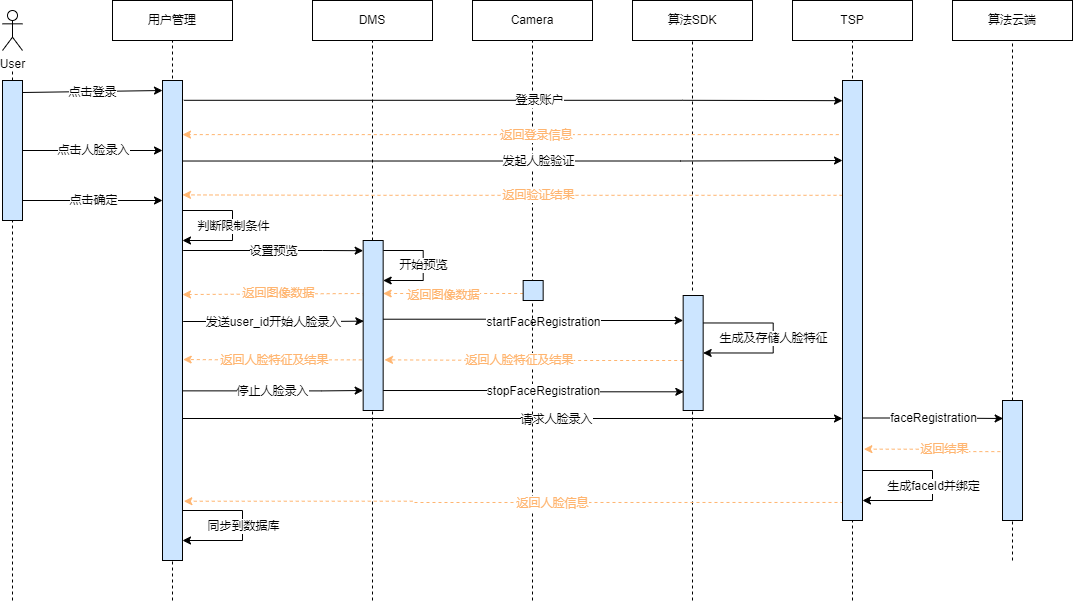
Earlier version of the draw.io export x9hp/人脸重置时序图.png (notigit/Image). Source tidied: cells renumbered, new cells last; positions are measured from the earlier drawing's top-left corner, leaving out a move shared by most shapes.
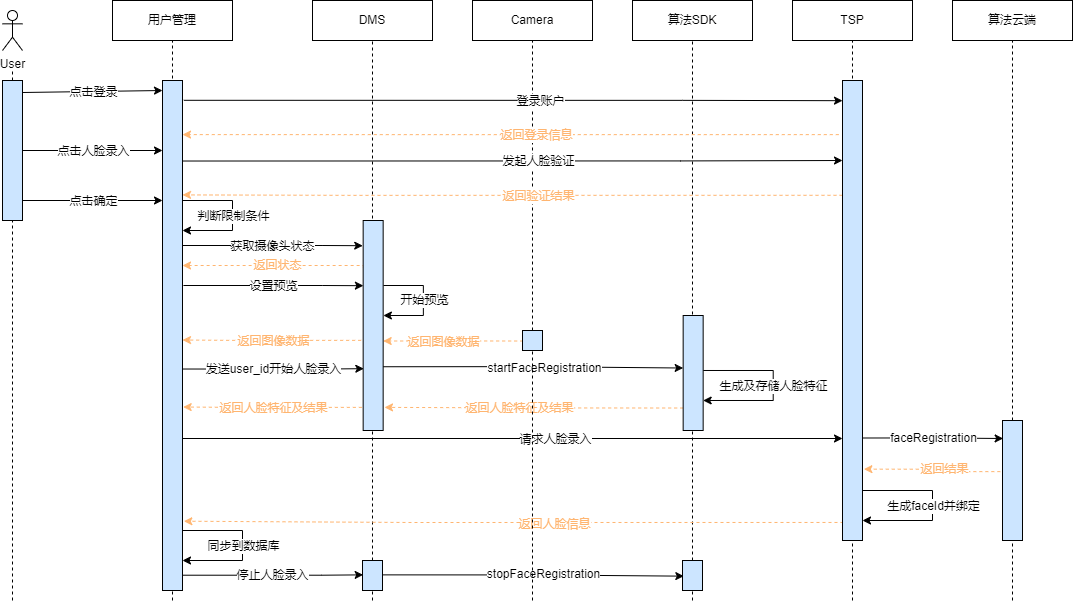
After the commit.

Commit message:
人脸删除和重置

Diff of the diagram source:
```diff
@@ -26,7 +26,7 @@
       <mxGeometry relative="1" as="geometry">
-        <mxPoint x="180.7" y="321" as="sourcePoint" />
-        <mxPoint x="361.3" y="320.6" as="targetPoint" />
+        <mxPoint x="180.7" y="368.5" as="sourcePoint" />
+        <mxPoint x="361.3" y="368.2" as="targetPoint" />
         <Array as="points">
-          <mxPoint x="320" y="321" />
-          <mxPoint x="320" y="321" />
+          <mxPoint x="320" y="368.5" />
+          <mxPoint x="320" y="368.5" />
         </Array>
@@ -41,4 +41,4 @@
       <mxGeometry relative="1" as="geometry">
-        <mxPoint x="180" y="418" as="sourcePoint" />
-        <mxPoint x="840" y="418" as="targetPoint" />
+        <mxPoint x="180" y="438" as="sourcePoint" />
+        <mxPoint x="840" y="438" as="targetPoint" />
       </mxGeometry>
@@ -57,3 +57,3 @@
       <mxGeometry relative="1" as="geometry">
-        <mxPoint x="860" y="417.5" as="sourcePoint" />
+        <mxPoint x="860" y="437.5" as="sourcePoint" />
       </mxGeometry>
@@ -68,28 +68,12 @@
     </mxCell>
-    <mxCell id="15" style="endArrow=none;dashed=1;html=1;rounded=0;startArrow=none;entryX=0.5;entryY=1;entryDx=0;entryDy=0;" parent="1" edge="1" target="14">
-      <mxGeometry relative="1" as="geometry">
-        <mxPoint x="370" y="600" as="sourcePoint" />
-      </mxGeometry>
+    <mxCell id="15" style="endArrow=none;dashed=1;html=1;rounded=0;startArrow=none;entryX=0.5;entryY=1;entryDx=0;entryDy=0;" parent="1" edge="1" source="89" target="14">
+      <mxGeometry relative="1" as="geometry" />
     </mxCell>
-    <mxCell id="16" style="edgeStyle=orthogonalEdgeStyle;rounded=0;orthogonalLoop=1;jettySize=auto;html=1;exitX=0.01;exitY=0.408;exitDx=0;exitDy=0;dashed=1;fontColor=#FFB570;strokeColor=#FFB570;exitPerimeter=0;entryX=0.967;entryY=0.441;entryDx=0;entryDy=0;entryPerimeter=0;" parent="1" edge="1">
-      <mxGeometry relative="1" as="geometry">
-        <mxPoint x="360.9" y="295.3" as="sourcePoint" />
-        <mxPoint x="180" y="294" as="targetPoint" />
-        <Array as="points">
-          <mxPoint x="360.7" y="293" />
-        </Array>
-      </mxGeometry>
-    </mxCell>
-    <mxCell id="17" value="返回图像数据" style="edgeLabel;html=1;align=center;verticalAlign=middle;fontColor=#FFB570;" parent="16" vertex="1">
-      <mxGeometry x="-0.06" y="-1" relative="1" as="geometry">
-        <mxPoint x="-2" as="offset" />
-      </mxGeometry>
-    </mxCell>
     <mxCell id="18" style="edgeStyle=orthogonalEdgeStyle;rounded=0;orthogonalLoop=1;jettySize=auto;html=1;exitX=0.967;exitY=0.617;exitDx=0;exitDy=0;fontColor=#FFB570;strokeColor=#000000;entryX=0;entryY=0.25;entryDx=0;entryDy=0;exitPerimeter=0;" parent="1" edge="1">
       <mxGeometry relative="1" as="geometry">
-        <mxPoint x="380" y="318.7" as="sourcePoint" />
-        <mxPoint x="680.7" y="320" as="targetPoint" />
+        <mxPoint x="380" y="366.2" as="sourcePoint" />
+        <mxPoint x="680.7" y="367.5" as="targetPoint" />
         <Array as="points">
-          <mxPoint x="530" y="319" />
-          <mxPoint x="530" y="320" />
+          <mxPoint x="530" y="366.5" />
+          <mxPoint x="530" y="367.5" />
         </Array>
@@ -108,6 +92,4 @@
     </mxCell>
-    <mxCell id="22" style="endArrow=none;dashed=1;html=1;rounded=0;startArrow=none;entryX=0.5;entryY=1;entryDx=0;entryDy=0;" parent="1" edge="1" target="21">
-      <mxGeometry relative="1" as="geometry">
-        <mxPoint x="530" y="600" as="sourcePoint" />
-      </mxGeometry>
+    <mxCell id="22" style="endArrow=none;dashed=1;html=1;rounded=0;startArrow=none;entryX=0.5;entryY=1;entryDx=0;entryDy=0;" parent="1" edge="1" source="25" target="21">
+      <mxGeometry relative="1" as="geometry" />
     </mxCell>
@@ -115,7 +97,7 @@
       <mxGeometry relative="1" as="geometry">
-        <mxPoint x="520.7" y="293" as="sourcePoint" />
-        <mxPoint x="380.7" y="293" as="targetPoint" />
+        <mxPoint x="520.7" y="340.5" as="sourcePoint" />
+        <mxPoint x="380.7" y="340.5" as="targetPoint" />
         <Array as="points">
-          <mxPoint x="440.7" y="293" />
-          <mxPoint x="440.7" y="293" />
+          <mxPoint x="440.7" y="340.5" />
+          <mxPoint x="440.7" y="340.5" />
         </Array>
@@ -126,12 +108,9 @@
     </mxCell>
-    <mxCell id="25" style="rounded=0;whiteSpace=wrap;html=1;fillColor=#CCE5FF;" parent="1" vertex="1">
-      <mxGeometry x="520.7" y="280" width="20" height="20" as="geometry" />
-    </mxCell>
     <mxCell id="26" style="endArrow=classic;html=1;rounded=0;fontSize=11;edgeStyle=orthogonalEdgeStyle;" parent="1" edge="1">
       <mxGeometry relative="1" as="geometry">
-        <mxPoint x="380.7" y="250" as="sourcePoint" />
-        <mxPoint x="380.7" y="280" as="targetPoint" />
+        <mxPoint x="380.9" y="285" as="sourcePoint" />
+        <mxPoint x="380.9" y="315" as="targetPoint" />
         <Array as="points">
-          <mxPoint x="420.7" y="250" />
-          <mxPoint x="420.7" y="280" />
+          <mxPoint x="420.9" y="285" />
+          <mxPoint x="420.9" y="315" />
         </Array>
@@ -145,6 +124,4 @@
     </mxCell>
-    <mxCell id="29" style="endArrow=none;dashed=1;html=1;rounded=0;startArrow=none;entryX=0.5;entryY=1;entryDx=0;entryDy=0;" parent="1" edge="1" target="28">
-      <mxGeometry relative="1" as="geometry">
-        <mxPoint x="690" y="290" as="sourcePoint" />
-      </mxGeometry>
+    <mxCell id="29" style="endArrow=none;dashed=1;html=1;rounded=0;startArrow=none;entryX=0.5;entryY=1;entryDx=0;entryDy=0;" parent="1" edge="1" source="87" target="28">
+      <mxGeometry relative="1" as="geometry" />
     </mxCell>
@@ -153,6 +130,4 @@
     </mxCell>
-    <mxCell id="31" style="endArrow=none;dashed=1;html=1;rounded=0;startArrow=none;entryX=0.5;entryY=1;entryDx=0;entryDy=0;" parent="1" edge="1" target="30">
-      <mxGeometry relative="1" as="geometry">
-        <mxPoint x="1010" y="400" as="sourcePoint" />
-      </mxGeometry>
+    <mxCell id="31" style="endArrow=none;dashed=1;html=1;rounded=0;startArrow=none;entryX=0.5;entryY=1;entryDx=0;entryDy=0;exitX=0.5;exitY=0;exitDx=0;exitDy=0;" parent="1" edge="1" source="37" target="30">
+      <mxGeometry relative="1" as="geometry" />
     </mxCell>
@@ -160,7 +135,7 @@
       <mxGeometry relative="1" as="geometry">
-        <mxPoint x="680.7" y="360" as="sourcePoint" />
-        <mxPoint x="382" y="359.4" as="targetPoint" />
+        <mxPoint x="680.7" y="407.5" as="sourcePoint" />
+        <mxPoint x="382" y="406.9" as="targetPoint" />
         <Array as="points">
-          <mxPoint x="531" y="360" />
-          <mxPoint x="531" y="359" />
+          <mxPoint x="531" y="407.5" />
+          <mxPoint x="531" y="406.5" />
         </Array>
@@ -171,15 +146,9 @@
     </mxCell>
-    <mxCell id="34" style="endArrow=none;dashed=1;html=1;rounded=0;startArrow=none;entryX=0.5;entryY=1;entryDx=0;entryDy=0;" parent="1" edge="1">
-      <mxGeometry relative="1" as="geometry">
-        <mxPoint x="690" y="600" as="sourcePoint" />
-        <mxPoint x="690" y="400" as="targetPoint" />
-      </mxGeometry>
-    </mxCell>
     <mxCell id="35" style="edgeStyle=orthogonalEdgeStyle;rounded=0;orthogonalLoop=1;jettySize=auto;html=1;exitX=-0.067;exitY=0.871;exitDx=0;exitDy=0;fontColor=#000000;strokeColor=#FFB570;dashed=1;exitPerimeter=0;" parent="1" edge="1">
       <mxGeometry relative="1" as="geometry">
-        <mxPoint x="359.3" y="359.4" as="sourcePoint" />
-        <mxPoint x="180.7" y="359" as="targetPoint" />
+        <mxPoint x="359.3" y="406.9" as="sourcePoint" />
+        <mxPoint x="180.7" y="406.5" as="targetPoint" />
         <Array as="points">
-          <mxPoint x="230" y="359" />
-          <mxPoint x="230" y="359" />
+          <mxPoint x="230" y="406.5" />
+          <mxPoint x="230" y="406.5" />
         </Array>
@@ -193,3 +162,3 @@
     <mxCell id="37" style="rounded=0;whiteSpace=wrap;html=1;fillColor=#CCE5FF;" parent="1" vertex="1">
-      <mxGeometry x="1000" y="400" width="20" height="120" as="geometry" />
+      <mxGeometry x="1000" y="420" width="20" height="120" as="geometry" />
     </mxCell>
@@ -197,3 +166,3 @@
       <mxGeometry relative="1" as="geometry">
-        <mxPoint x="1010" y="560" as="sourcePoint" />
+        <mxPoint x="1010" y="600" as="sourcePoint" />
       </mxGeometry>
@@ -202,3 +171,3 @@
       <mxGeometry relative="1" as="geometry">
-        <mxPoint x="861.4" y="448.7" as="targetPoint" />
+        <mxPoint x="861.4" y="468.7" as="targetPoint" />
       </mxGeometry>
@@ -212,7 +181,7 @@
       <mxGeometry relative="1" as="geometry">
-        <mxPoint x="841" y="502" as="sourcePoint" />
-        <mxPoint x="181.3" y="500.7" as="targetPoint" />
+        <mxPoint x="841" y="522" as="sourcePoint" />
+        <mxPoint x="181.3" y="520.7" as="targetPoint" />
         <Array as="points">
-          <mxPoint x="410" y="502" />
-          <mxPoint x="410" y="501" />
+          <mxPoint x="410" y="522" />
+          <mxPoint x="410" y="521" />
         </Array>
@@ -227,7 +196,7 @@
       <mxGeometry relative="1" as="geometry">
-        <mxPoint x="180.7" y="250" as="sourcePoint" />
-        <mxPoint x="360.7" y="250.2" as="targetPoint" />
+        <mxPoint x="180.9" y="285" as="sourcePoint" />
+        <mxPoint x="360.9" y="285.2" as="targetPoint" />
         <Array as="points">
-          <mxPoint x="320" y="250.2" />
-          <mxPoint x="320" y="250.2" />
+          <mxPoint x="320.2" y="285.2" />
+          <mxPoint x="320.2" y="285.2" />
         </Array>
@@ -307,7 +276,7 @@
       <mxGeometry relative="1" as="geometry">
-        <mxPoint x="700.7" y="322.5" as="sourcePoint" />
-        <mxPoint x="700.7" y="352.5" as="targetPoint" />
+        <mxPoint x="700.7" y="370" as="sourcePoint" />
+        <mxPoint x="700.7" y="400" as="targetPoint" />
         <Array as="points">
-          <mxPoint x="770.7" y="323" />
-          <mxPoint x="770.7" y="353" />
+          <mxPoint x="770.7" y="370.5" />
+          <mxPoint x="770.7" y="400.5" />
         </Array>
@@ -320,7 +289,7 @@
       <mxGeometry relative="1" as="geometry">
-        <mxPoint x="860" y="470" as="sourcePoint" />
-        <mxPoint x="860" y="500" as="targetPoint" />
+        <mxPoint x="860" y="490" as="sourcePoint" />
+        <mxPoint x="860" y="520" as="targetPoint" />
         <Array as="points">
-          <mxPoint x="930" y="470.5" />
-          <mxPoint x="930" y="500.5" />
+          <mxPoint x="930" y="490.5" />
+          <mxPoint x="930" y="520.5" />
         </Array>
@@ -333,7 +302,7 @@
       <mxGeometry relative="1" as="geometry">
-        <mxPoint x="180" y="510" as="sourcePoint" />
-        <mxPoint x="180" y="540" as="targetPoint" />
+        <mxPoint x="180" y="530" as="sourcePoint" />
+        <mxPoint x="180" y="560" as="targetPoint" />
         <Array as="points">
-          <mxPoint x="240" y="510" />
-          <mxPoint x="240" y="540" />
+          <mxPoint x="240" y="530" />
+          <mxPoint x="240" y="560" />
         </Array>
@@ -397,7 +366,7 @@
       <mxGeometry relative="1" as="geometry">
-        <mxPoint x="180" y="210" as="sourcePoint" />
-        <mxPoint x="180" y="240" as="targetPoint" />
+        <mxPoint x="180" y="200" as="sourcePoint" />
+        <mxPoint x="180" y="230" as="targetPoint" />
         <Array as="points">
-          <mxPoint x="230" y="210" />
-          <mxPoint x="230" y="240" />
+          <mxPoint x="230" y="200" />
+          <mxPoint x="230" y="230" />
         </Array>
@@ -408,7 +377,4 @@
     </mxCell>
-    <mxCell id="72" style="rounded=0;whiteSpace=wrap;html=1;fillColor=#CCE5FF;" parent="1" vertex="1">
-      <mxGeometry x="360.7" y="240" width="20" height="170" as="geometry" />
-    </mxCell>
     <mxCell id="73" style="rounded=0;whiteSpace=wrap;html=1;fillColor=#CCE5FF;" parent="1" vertex="1">
-      <mxGeometry x="680.7" y="295" width="20" height="115" as="geometry" />
+      <mxGeometry x="680.7" y="315" width="20" height="115" as="geometry" />
     </mxCell>
@@ -416,7 +382,7 @@
       <mxGeometry relative="1" as="geometry">
-        <mxPoint x="180" y="390.4" as="sourcePoint" />
-        <mxPoint x="360.7" y="390" as="targetPoint" />
+        <mxPoint x="180" y="574.7" as="sourcePoint" />
+        <mxPoint x="360.7" y="574.4" as="targetPoint" />
         <Array as="points">
-          <mxPoint x="319.3" y="390.4" />
-          <mxPoint x="319.3" y="390.4" />
+          <mxPoint x="319.3" y="574.7" />
+          <mxPoint x="319.3" y="574.7" />
         </Array>
@@ -431,6 +397,6 @@
       <mxGeometry relative="1" as="geometry">
-        <mxPoint x="380.7" y="390" as="sourcePoint" />
-        <mxPoint x="681.3" y="391.3" as="targetPoint" />
+        <mxPoint x="380.7" y="574.4" as="sourcePoint" />
+        <mxPoint x="681.3" y="575.6" as="targetPoint" />
         <Array as="points">
-          <mxPoint x="531" y="391" />
+          <mxPoint x="531" y="575.4" />
         </Array>
@@ -443,8 +409,79 @@
     </mxCell>
-    <mxCell id="78" style="rounded=0;whiteSpace=wrap;html=1;fillColor=#CCE5FF;" parent="1" vertex="1">
-      <mxGeometry x="160" y="80" width="20" height="480" as="geometry" />
-    </mxCell>
-    <mxCell id="79" style="rounded=0;whiteSpace=wrap;html=1;fillColor=#CCE5FF;" parent="1" vertex="1">
-      <mxGeometry x="840" y="80" width="20" height="440" as="geometry" />
-    </mxCell>
+    <mxCell id="80" style="edgeStyle=orthogonalEdgeStyle;rounded=0;orthogonalLoop=1;jettySize=auto;html=1;fontColor=#FFB570;strokeColor=#000000;exitX=1;exitY=0.32;exitDx=0;exitDy=0;exitPerimeter=0;" parent="1" edge="1">
+      <mxGeometry relative="1" as="geometry">
+        <mxPoint x="180.2" y="245" as="sourcePoint" />
+        <mxPoint x="360.2" y="245.2" as="targetPoint" />
+        <Array as="points">
+          <mxPoint x="319.6" y="245.2" />
+          <mxPoint x="319.6" y="245.2" />
+        </Array>
+      </mxGeometry>
+    </mxCell>
+    <mxCell id="81" value="获取摄像头状态" style="edgeLabel;html=1;align=center;verticalAlign=middle;fontColor=#000000;" parent="80" vertex="1">
+      <mxGeometry x="-0.09" relative="1" as="geometry">
+        <mxPoint x="8" as="offset" />
+      </mxGeometry>
+    </mxCell>
+    <mxCell id="82" style="edgeStyle=orthogonalEdgeStyle;rounded=0;orthogonalLoop=1;jettySize=auto;html=1;exitX=0.01;exitY=0.408;exitDx=0;exitDy=0;dashed=1;fontColor=#FFB570;strokeColor=#FFB570;exitPerimeter=0;entryX=0.967;entryY=0.441;entryDx=0;entryDy=0;entryPerimeter=0;" parent="1" edge="1">
+      <mxGeometry relative="1" as="geometry">
+        <mxPoint x="360.9" y="267.3" as="sourcePoint" />
+        <mxPoint x="180" y="266" as="targetPoint" />
+        <Array as="points">
+          <mxPoint x="360.7" y="265" />
+        </Array>
+      </mxGeometry>
+    </mxCell>
+    <mxCell id="83" value="返回状态" style="edgeLabel;html=1;align=center;verticalAlign=middle;fontColor=#FFB570;" parent="82" vertex="1">
+      <mxGeometry x="-0.06" y="-1" relative="1" as="geometry">
+        <mxPoint x="-2" as="offset" />
+      </mxGeometry>
+    </mxCell>
+    <mxCell id="84" style="rounded=0;whiteSpace=wrap;html=1;fillColor=#CCE5FF;" parent="1" vertex="1">
+      <mxGeometry x="360.7" y="220" width="20" height="210" as="geometry" />
+    </mxCell>
+    <mxCell id="85" style="rounded=0;whiteSpace=wrap;html=1;fillColor=#CCE5FF;" parent="1" vertex="1">
+      <mxGeometry x="160" y="80" width="20" height="510" as="geometry" />
+    </mxCell>
+    <mxCell id="86" style="rounded=0;whiteSpace=wrap;html=1;fillColor=#CCE5FF;" parent="1" vertex="1">
+      <mxGeometry x="840" y="80" width="20" height="460" as="geometry" />
+    </mxCell>
+    <mxCell id="87" style="rounded=0;whiteSpace=wrap;html=1;fillColor=#CCE5FF;" parent="1" vertex="1">
+      <mxGeometry x="680" y="560" width="20" height="30" as="geometry" />
+    </mxCell>
+    <mxCell id="88" style="endArrow=none;dashed=1;html=1;rounded=0;startArrow=none;entryX=0.5;entryY=1;entryDx=0;entryDy=0;" parent="1" edge="1" target="87">
+      <mxGeometry relative="1" as="geometry">
+        <mxPoint x="690" y="600" as="sourcePoint" />
+      </mxGeometry>
+    </mxCell>
+    <mxCell id="89" style="rounded=0;whiteSpace=wrap;html=1;fillColor=#CCE5FF;" parent="1" vertex="1">
+      <mxGeometry x="360" y="560" width="20" height="30" as="geometry" />
+    </mxCell>
+    <mxCell id="90" style="endArrow=none;dashed=1;html=1;rounded=0;startArrow=none;entryX=0.5;entryY=1;entryDx=0;entryDy=0;" parent="1" edge="1" target="89">
+      <mxGeometry relative="1" as="geometry">
+        <mxPoint x="370" y="600" as="sourcePoint" />
+      </mxGeometry>
+    </mxCell>
+    <mxCell id="25" style="rounded=0;whiteSpace=wrap;html=1;fillColor=#CCE5FF;" parent="1" vertex="1">
+      <mxGeometry x="520" y="330" width="20" height="20" as="geometry" />
+    </mxCell>
+    <mxCell id="91" style="endArrow=none;dashed=1;html=1;rounded=0;startArrow=none;entryX=0.5;entryY=1;entryDx=0;entryDy=0;" parent="1" edge="1" target="25">
+      <mxGeometry relative="1" as="geometry">
+        <mxPoint x="530" y="600" as="sourcePoint" />
+      </mxGeometry>
+    </mxCell>
+    <mxCell id="92" style="edgeStyle=orthogonalEdgeStyle;rounded=0;orthogonalLoop=1;jettySize=auto;html=1;exitX=-0.067;exitY=0.871;exitDx=0;exitDy=0;fontColor=#000000;strokeColor=#FFB570;dashed=1;exitPerimeter=0;" parent="1" edge="1">
+      <mxGeometry relative="1" as="geometry">
+        <mxPoint x="358.7" y="339.9" as="sourcePoint" />
+        <mxPoint x="180" y="339.5" as="targetPoint" />
+        <Array as="points">
+          <mxPoint x="229.3" y="339.5" />
+          <mxPoint x="229.3" y="339.5" />
+        </Array>
+      </mxGeometry>
+    </mxCell>
+    <mxCell id="17" value="返回图像数据" style="edgeLabel;html=1;align=center;verticalAlign=middle;fontColor=#FFB570;" parent="92" vertex="1">
+      <mxGeometry x="0.1" relative="1" as="geometry">
+        <mxPoint x="10" as="offset" />
+      </mxGeometry>
+    </mxCell>
   </root>
```
